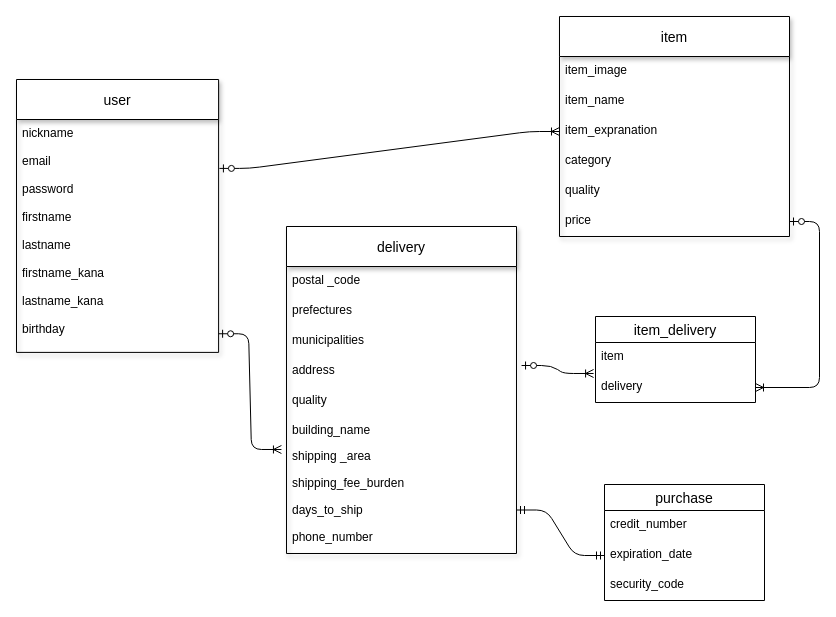
Above: page "ページ1" (1 of 2) of hurimaEr.dio in banana38ruy/furima-32992 (draw.io), before the change. Source tidied: cells renumbered, new cells numbered last; positions are measured from the earlier drawing's top-left corner, leaving out a move shared by most shapes. Both pictures are drawn from the tidied source at 100%, with x=0, y=0 at pixel (16, 16).
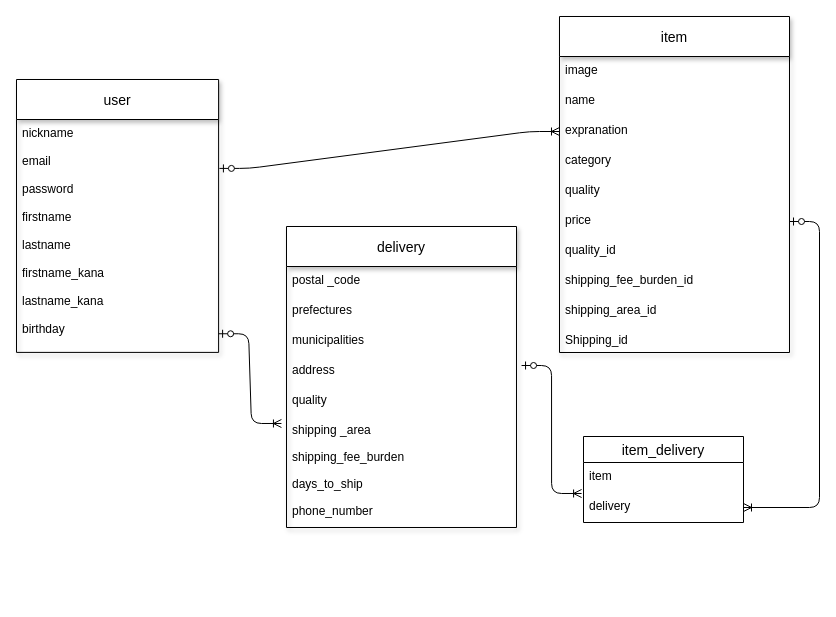
The same diagram, later.

Commit message (it also covers changes not shown here):
修正5purchaseテーブルの削除

The edit, as a diff of the source:
```diff
@@
     <mxCell id="2" value="item" style="swimlane;fontStyle=0;horizontal=1;startSize=40;align=center;fontSize=14;shadow=1;verticalAlign=middle;" parent="1" vertex="1">
-      <mxGeometry x="543" width="230" height="220" as="geometry" />
+      <mxGeometry x="543" width="230" height="336" as="geometry" />
     </mxCell>
-    <mxCell id="3" value="item_image" style="text;strokeColor=none;fillColor=none;spacingLeft=4;spacingRight=4;overflow=hidden;fontSize=12;" parent="2" vertex="1">
+    <mxCell id="3" value="image" style="text;strokeColor=none;fillColor=none;spacingLeft=4;spacingRight=4;overflow=hidden;fontSize=12;" parent="2" vertex="1">
       <mxGeometry y="40" width="230" height="30" as="geometry" />
     </mxCell>
-    <mxCell id="4" value="item_name" style="text;strokeColor=none;fillColor=none;spacingLeft=4;spacingRight=4;overflow=hidden;fontSize=12;" parent="2" vertex="1">
+    <mxCell id="4" value="name" style="text;strokeColor=none;fillColor=none;spacingLeft=4;spacingRight=4;overflow=hidden;fontSize=12;" parent="2" vertex="1">
       <mxGeometry y="70" width="230" height="30" as="geometry" />
     </mxCell>
-    <mxCell id="5" value="item_expranation" style="text;strokeColor=none;fillColor=none;spacingLeft=4;spacingRight=4;overflow=hidden;points=[[0,0.5],[1,0.5]];portConstraint=eastwest;fontSize=12;" parent="2" vertex="1">
+    <mxCell id="5" value="expranation" style="text;strokeColor=none;fillColor=none;spacingLeft=4;spacingRight=4;overflow=hidden;points=[[0,0.5],[1,0.5]];portConstraint=eastwest;fontSize=12;" parent="2" vertex="1">
       <mxGeometry y="100" width="230" height="30" as="geometry" />
     </mxCell>
@@
+    <mxCell id="41" value="quality_id" style="text;strokeColor=none;fillColor=none;spacingLeft=4;spacingRight=4;overflow=hidden;fontSize=12;" parent="2" vertex="1">
+      <mxGeometry y="220" width="230" height="30" as="geometry" />
+    </mxCell>
+    <mxCell id="42" value="shipping_fee_burden_id&#10;" style="text;strokeColor=none;fillColor=none;spacingLeft=4;spacingRight=4;overflow=hidden;fontSize=12;" parent="2" vertex="1">
+      <mxGeometry y="250" width="230" height="30" as="geometry" />
+    </mxCell>
+    <mxCell id="43" value="shipping_area_id " style="text;strokeColor=none;fillColor=none;spacingLeft=4;spacingRight=4;overflow=hidden;fontSize=12;" parent="2" vertex="1">
+      <mxGeometry y="280" width="230" height="30" as="geometry" />
+    </mxCell>
+    <mxCell id="15" value="Shipping_id" style="text;strokeColor=none;fillColor=none;spacingLeft=4;spacingRight=4;overflow=hidden;fontSize=12;" parent="2" vertex="1">
+      <mxGeometry y="310" width="230" height="26" as="geometry" />
+    </mxCell>
     <mxCell id="9" value="delivery" style="swimlane;fontStyle=0;horizontal=1;startSize=40;align=center;fontSize=14;shadow=1;verticalAlign=middle;" parent="1" vertex="1">
-      <mxGeometry x="270" y="210" width="230" height="327" as="geometry" />
+      <mxGeometry x="270" y="210" width="230" height="301" as="geometry" />
     </mxCell>
@@
-    <mxCell id="15" value="building_name" style="text;strokeColor=none;fillColor=none;spacingLeft=4;spacingRight=4;overflow=hidden;fontSize=12;" parent="9" vertex="1">
-      <mxGeometry y="190" width="230" height="26" as="geometry" />
-    </mxCell>
     <mxCell id="16" value="shipping _area" style="text;strokeColor=none;fillColor=none;spacingLeft=4;spacingRight=4;overflow=hidden;points=[[0,0.5],[1,0.5]];portConstraint=eastwest;fontSize=12;" parent="9" vertex="1">
-      <mxGeometry y="216" width="230" height="27" as="geometry" />
+      <mxGeometry y="190" width="230" height="27" as="geometry" />
     </mxCell>
     <mxCell id="17" value="shipping_fee_burden" style="text;strokeColor=none;fillColor=none;spacingLeft=4;spacingRight=4;overflow=hidden;fontSize=12;" parent="9" vertex="1">
-      <mxGeometry y="243" width="230" height="27" as="geometry" />
+      <mxGeometry y="217" width="230" height="27" as="geometry" />
     </mxCell>
     <mxCell id="18" value="days_to_ship" style="text;strokeColor=none;fillColor=none;spacingLeft=4;spacingRight=4;overflow=hidden;points=[[0,0.5],[1,0.5]];portConstraint=eastwest;fontSize=12;" parent="9" vertex="1">
-      <mxGeometry y="270" width="230" height="27" as="geometry" />
+      <mxGeometry y="244" width="230" height="27" as="geometry" />
     </mxCell>
     <mxCell id="19" value="phone_number&#10;" style="text;strokeColor=none;fillColor=none;spacingLeft=4;spacingRight=4;overflow=hidden;fontSize=12;" parent="9" vertex="1">
-      <mxGeometry y="297" width="230" height="30" as="geometry" />
+      <mxGeometry y="271" width="230" height="30" as="geometry" />
     </mxCell>
@@
-    <mxCell id="22" value="purchase" style="swimlane;fontStyle=0;horizontal=1;startSize=26;align=center;fontSize=14;" parent="1" vertex="1">
-      <mxGeometry x="588" y="468" width="160" height="116" as="geometry" />
-    </mxCell>
-    <mxCell id="23" value="credit_number" style="text;strokeColor=none;fillColor=none;spacingLeft=4;spacingRight=4;overflow=hidden;fontSize=12;" parent="22" vertex="1">
-      <mxGeometry y="26" width="160" height="30" as="geometry" />
-    </mxCell>
-    <mxCell id="24" value="expiration_date" style="text;strokeColor=none;fillColor=none;spacingLeft=4;spacingRight=4;overflow=hidden;points=[[0,0.5],[1,0.5]];portConstraint=eastwest;fontSize=12;" parent="22" vertex="1">
-      <mxGeometry y="56" width="160" height="30" as="geometry" />
-    </mxCell>
-    <mxCell id="25" value="security_code" style="text;strokeColor=none;fillColor=none;spacingLeft=4;spacingRight=4;overflow=hidden;fontSize=12;" parent="22" vertex="1">
-      <mxGeometry y="86" width="160" height="30" as="geometry" />
-    </mxCell>
@@
     <mxCell id="27" value="item_delivery" style="swimlane;fontStyle=0;horizontal=1;startSize=26;align=center;fontSize=14;" parent="1" vertex="1">
-      <mxGeometry x="579" y="300" width="160" height="86" as="geometry" />
+      <mxGeometry x="567" y="420" width="160" height="86" as="geometry" />
     </mxCell>
@@
-    <mxCell id="31" style="edgeStyle=entityRelationEdgeStyle;fontSize=12;html=1;endArrow=ERmandOne;startArrow=ERmandOne;entryX=0;entryY=0.5;entryDx=0;entryDy=0;exitX=1;exitY=0.5;exitDx=0;exitDy=0;" parent="1" edge="1" source="18" target="24">
-      <mxGeometry relative="1" as="geometry" />
-    </mxCell>
```
